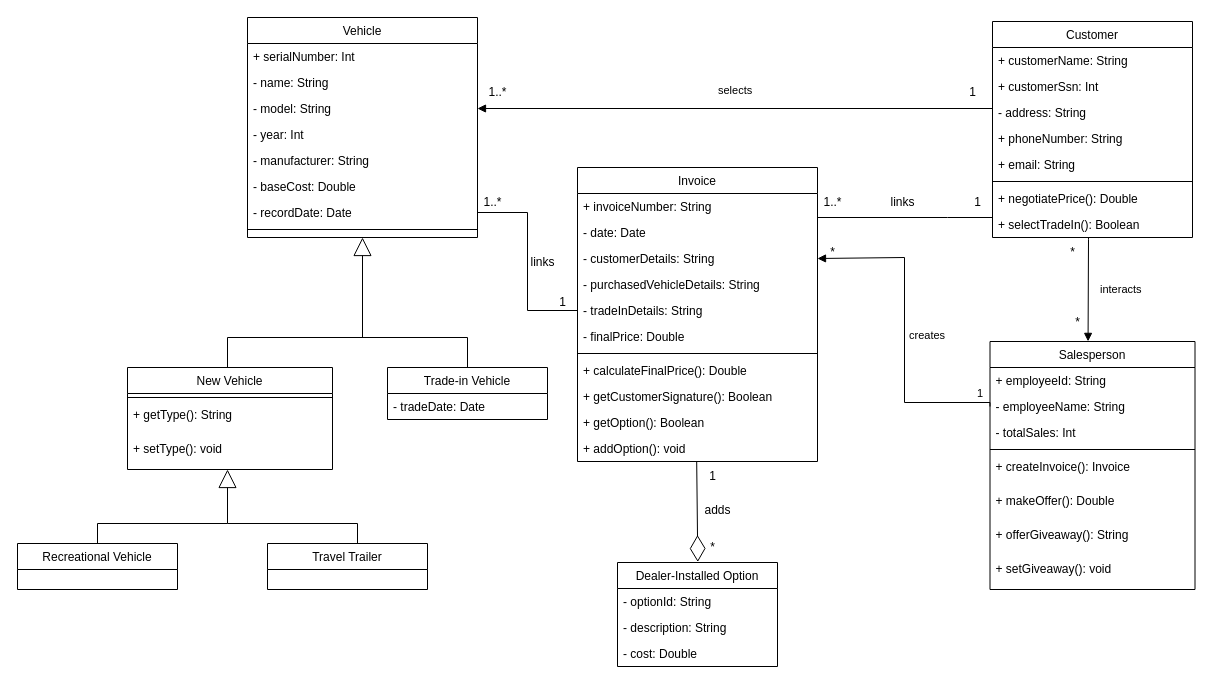
Above: Untitled Diagram.drawio in LarryChenCode/IS7020_diagrams (draw.io), before the change. Source tidied: cells renumbered, new cells numbered last; positions are measured from the earlier drawing's top-left corner, leaving out a move shared by most shapes. Both pictures are drawn from the tidied source at 100%, with x=0, y=0 at pixel (17, 17).
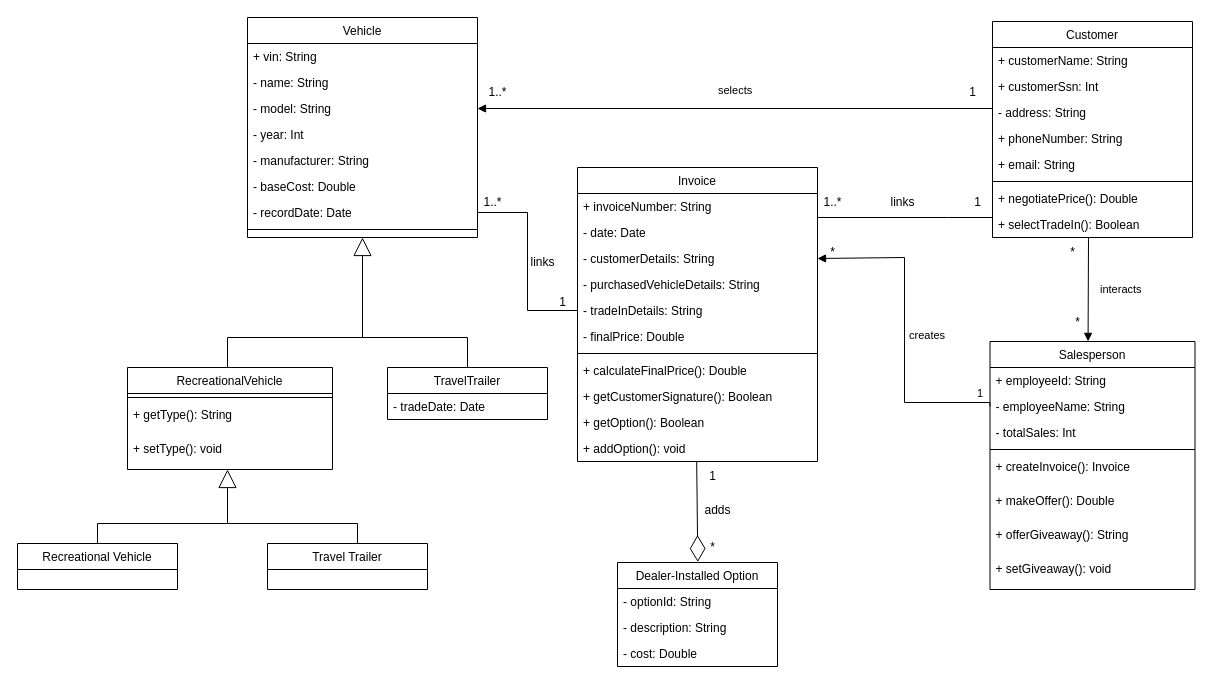
The same page after the edit.

The change refers to these unchanged cells:
```xml
<mxCell id="2" value="Vehicle" style="swimlane;fontStyle=0;align=center;verticalAlign=top;horizontal=1;startSize=26;rounded=0;shadow=0;strokeWidth=1;" parent="1" vertex="1">
  <mxGeometry x="230" width="230" height="220" as="geometry" />
</mxCell>
```

The edit, as a diff of the source:
```diff
@@
-    <mxCell id="3" value="+ serialNumber: Int" style="text;align=left;verticalAlign=top;spacingLeft=4;spacingRight=4;overflow=hidden;" parent="2" vertex="1">
+    <mxCell id="3" value="+ vin: String" style="text;align=left;verticalAlign=top;spacingLeft=4;spacingRight=4;overflow=hidden;" parent="2" vertex="1">
       <mxGeometry y="26" width="230" height="26" as="geometry" />
     </mxCell>
@@
-    <mxCell id="51" value="Trade-in Vehicle" style="swimlane;fontStyle=0;align=center;verticalAlign=top;horizontal=1;startSize=26;rounded=0;shadow=0;strokeWidth=1;" parent="1" vertex="1">
+    <mxCell id="51" value="TravelTrailer" style="swimlane;fontStyle=0;align=center;verticalAlign=top;horizontal=1;startSize=26;rounded=0;shadow=0;strokeWidth=1;" parent="1" vertex="1">
       <mxGeometry x="370" y="350" width="160" height="52" as="geometry" />
     </mxCell>
@@
-    <mxCell id="60" value="New Vehicle" style="swimlane;fontStyle=0;align=center;verticalAlign=top;horizontal=1;startSize=26;rounded=0;shadow=0;strokeWidth=1;" parent="1" vertex="1">
+    <mxCell id="60" value="RecreationalVehicle" style="swimlane;fontStyle=0;align=center;verticalAlign=top;horizontal=1;startSize=26;rounded=0;shadow=0;strokeWidth=1;" parent="1" vertex="1">
       <mxGeometry x="110" y="350" width="205" height="102" as="geometry" />
     </mxCell>
```
